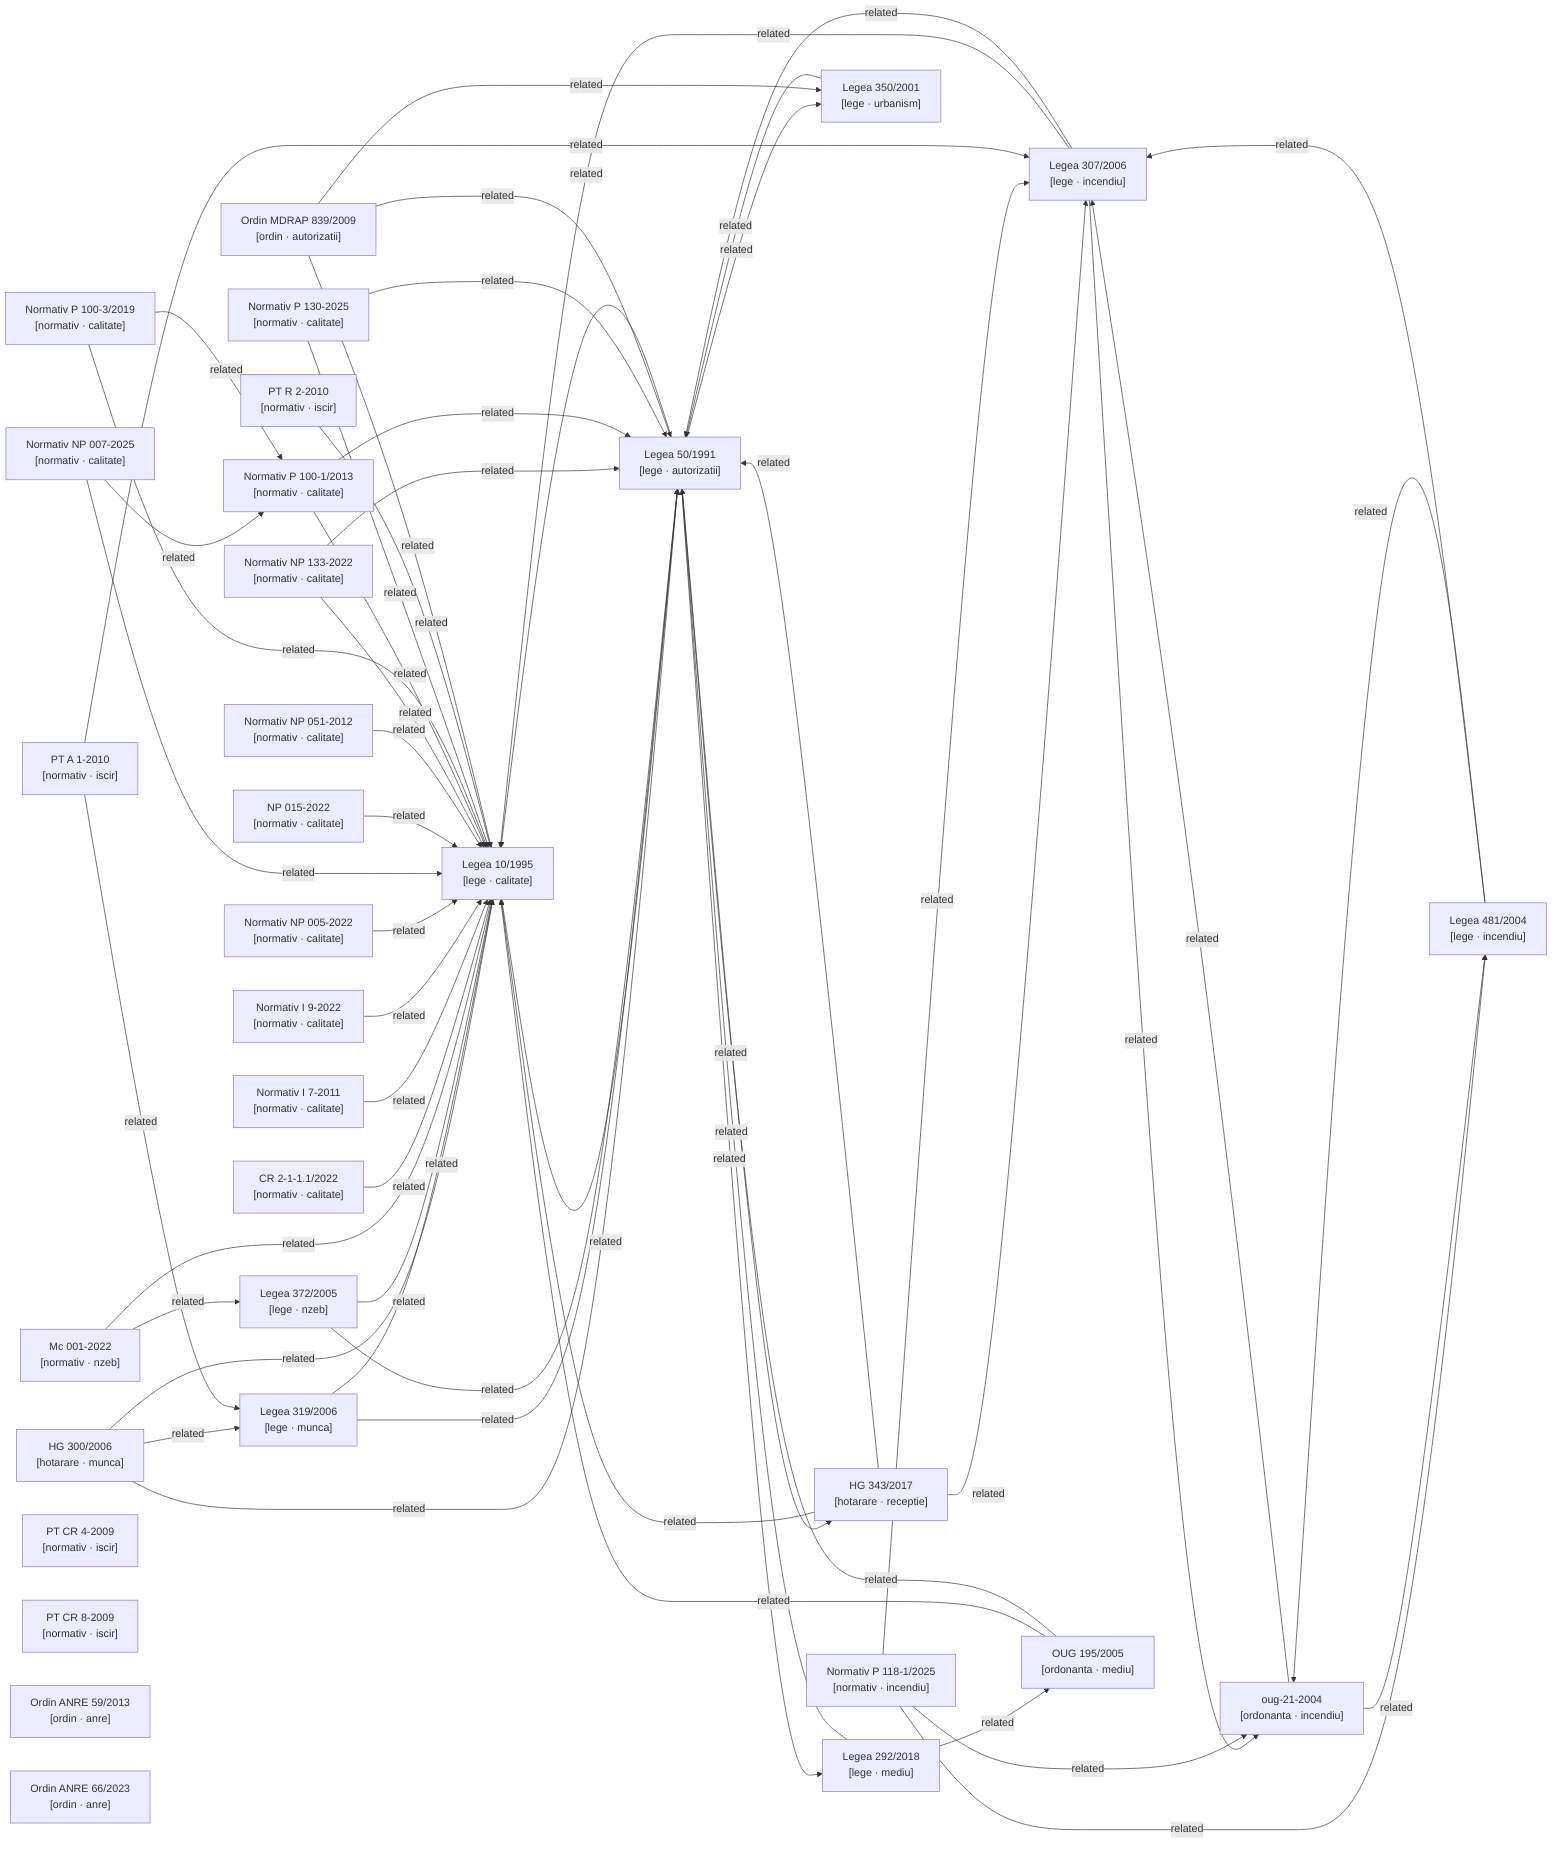
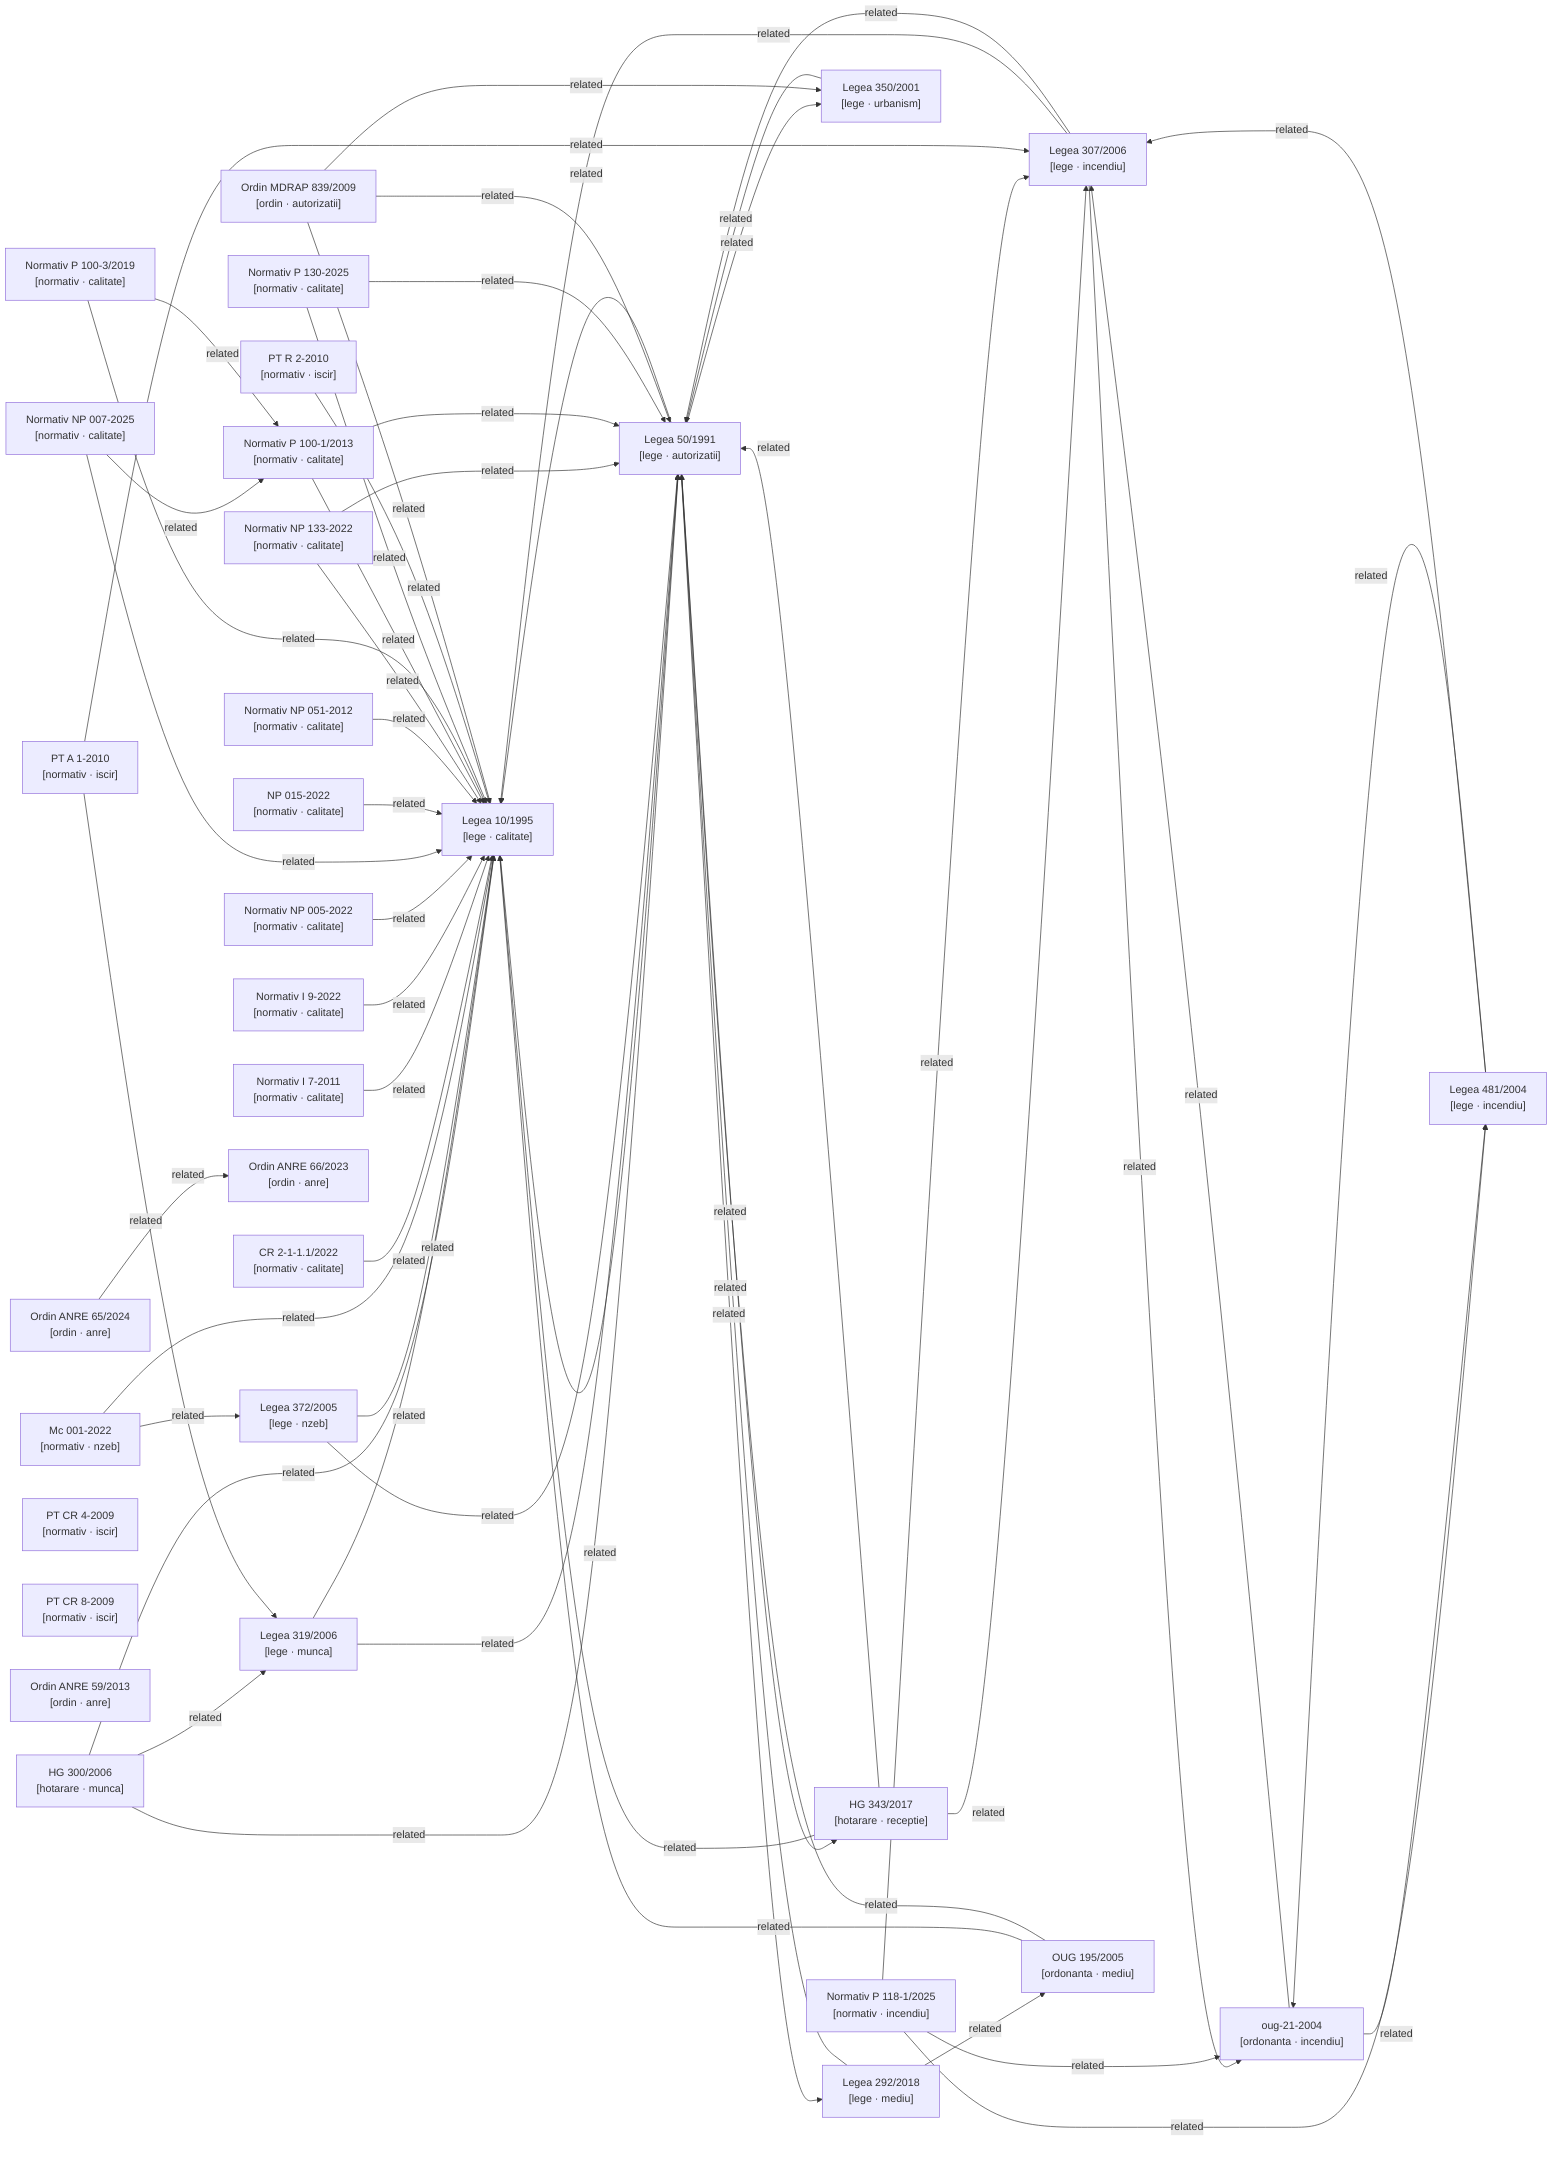
graph LR

  %% Nodes
  hg-300-2006["HG 300/2006\n[hotarare · munca]"]
  hg-343-2017["HG 343/2017\n[hotarare · receptie]"]
  lege-10-1995["Legea 10/1995\n[lege · calitate]"]
  lege-292-2018["Legea 292/2018\n[lege · mediu]"]
  lege-307-2006["Legea 307/2006\n[lege · incendiu]"]
  lege-319-2006["Legea 319/2006\n[lege · munca]"]
  lege-350-2001["Legea 350/2001\n[lege · urbanism]"]
  lege-372-2005["Legea 372/2005\n[lege · nzeb]"]
  lege-481-2004["Legea 481/2004\n[lege · incendiu]"]
  lege-50-1991["Legea 50/1991\n[lege · autorizatii]"]
  metodologie-mc001-2022["Mc 001-2022\n[normativ · nzeb]"]
  normativ-cr2-1-1-1-2022["CR 2-1-1.1/2022\n[normativ · calitate]"]
  normativ-i7-2011["Normativ I 7-2011\n[normativ · calitate]"]
  normativ-i9-2022["Normativ I 9-2022\n[normativ · calitate]"]
  normativ-np005-2022["Normativ NP 005-2022\n[normativ · calitate]"]
  normativ-np007-2025["Normativ NP 007-2025\n[normativ · calitate]"]
  normativ-np015-2022["NP 015-2022\n[normativ · calitate]"]
  normativ-np051-2012["Normativ NP 051-2012\n[normativ · calitate]"]
  normativ-np133-2022["Normativ NP 133-2022\n[normativ · calitate]"]
  normativ-p100-1-2013["Normativ P 100-1/2013\n[normativ · calitate]"]
  normativ-p100-3-2019["Normativ P 100-3/2019\n[normativ · calitate]"]
  normativ-p118-1-2025["Normativ P 118-1/2025\n[normativ · incendiu]"]
  normativ-p130-2025["Normativ P 130-2025\n[normativ · calitate]"]
  normativ-pt-a1-2010["PT A 1-2010\n[normativ · iscir]"]
  normativ-pt-cr4-2009["PT CR 4-2009\n[normativ · iscir]"]
  normativ-pt-cr8-2009["PT CR 8-2009\n[normativ · iscir]"]
  normativ-pt-r2-2010["PT R 2-2010\n[normativ · iscir]"]
  ordin-839-2009["Ordin MDRAP 839/2009\n[ordin · autorizatii]"]
  ordin-anre-59-2013["Ordin ANRE 59/2013\n[ordin · anre]"]
+   ordin-anre-65-2024["Ordin ANRE 65/2024\n[ordin · anre]"]
  ordin-anre-66-2023["Ordin ANRE 66/2023\n[ordin · anre]"]
  oug-195-2005["OUG 195/2005\n[ordonanta · mediu]"]
  oug-21-2004["oug-21-2004\n[ordonanta · incendiu]"]

  %% Confirmed relationships (from metadata related_acts)
  hg-300-2006 -->|related| lege-10-1995
  hg-300-2006 -->|related| lege-319-2006
  hg-300-2006 -->|related| lege-50-1991
  hg-343-2017 -->|related| lege-10-1995
  hg-343-2017 -->|related| lege-307-2006
  hg-343-2017 -->|related| lege-50-1991
  lege-10-1995 -->|related| lege-50-1991
  lege-292-2018 -->|related| lege-50-1991
  lege-292-2018 -->|related| oug-195-2005
  lege-307-2006 -->|related| lege-10-1995
  lege-307-2006 -->|related| lege-50-1991
  lege-307-2006 -->|related| oug-21-2004
  lege-319-2006 -->|related| lege-10-1995
  lege-319-2006 -->|related| lege-50-1991
  lege-350-2001 -->|related| lege-50-1991
  lege-372-2005 -->|related| lege-10-1995
  lege-372-2005 -->|related| lege-50-1991
  lege-481-2004 -->|related| lege-307-2006
  lege-481-2004 -->|related| oug-21-2004
  lege-50-1991 -->|related| hg-343-2017
  lege-50-1991 -->|related| lege-10-1995
  lege-50-1991 -->|related| lege-292-2018
  lege-50-1991 -->|related| lege-350-2001
  metodologie-mc001-2022 -->|related| lege-10-1995
  metodologie-mc001-2022 -->|related| lege-372-2005
  normativ-cr2-1-1-1-2022 -->|related| lege-10-1995
  normativ-i7-2011 -->|related| lege-10-1995
  normativ-i9-2022 -->|related| lege-10-1995
  normativ-np005-2022 -->|related| lege-10-1995
  normativ-np007-2025 -->|related| lege-10-1995
  normativ-np007-2025 -->|related| normativ-p100-1-2013
  normativ-np015-2022 -->|related| lege-10-1995
  normativ-np051-2012 -->|related| lege-10-1995
  normativ-np133-2022 -->|related| lege-10-1995
  normativ-np133-2022 -->|related| lege-50-1991
  normativ-p100-1-2013 -->|related| lege-10-1995
  normativ-p100-1-2013 -->|related| lege-50-1991
  normativ-p100-3-2019 -->|related| lege-10-1995
  normativ-p100-3-2019 -->|related| normativ-p100-1-2013
  normativ-p118-1-2025 -->|related| lege-307-2006
  normativ-p118-1-2025 -->|related| lege-481-2004
  normativ-p118-1-2025 -->|related| oug-21-2004
  normativ-p130-2025 -->|related| lege-10-1995
  normativ-p130-2025 -->|related| lege-50-1991
  normativ-pt-a1-2010 -->|related| lege-307-2006
  normativ-pt-a1-2010 -->|related| lege-319-2006
  normativ-pt-r2-2010 -->|related| lege-10-1995
  ordin-839-2009 -->|related| lege-10-1995
  ordin-839-2009 -->|related| lege-350-2001
  ordin-839-2009 -->|related| lege-50-1991
+   ordin-anre-65-2024 -->|related| ordin-anre-66-2023
  oug-195-2005 -->|related| lege-10-1995
  oug-195-2005 -->|related| lege-50-1991
  oug-21-2004 -->|related| lege-307-2006
  oug-21-2004 -->|related| lege-481-2004

  %% Auto-detected relationships (needs_review)
